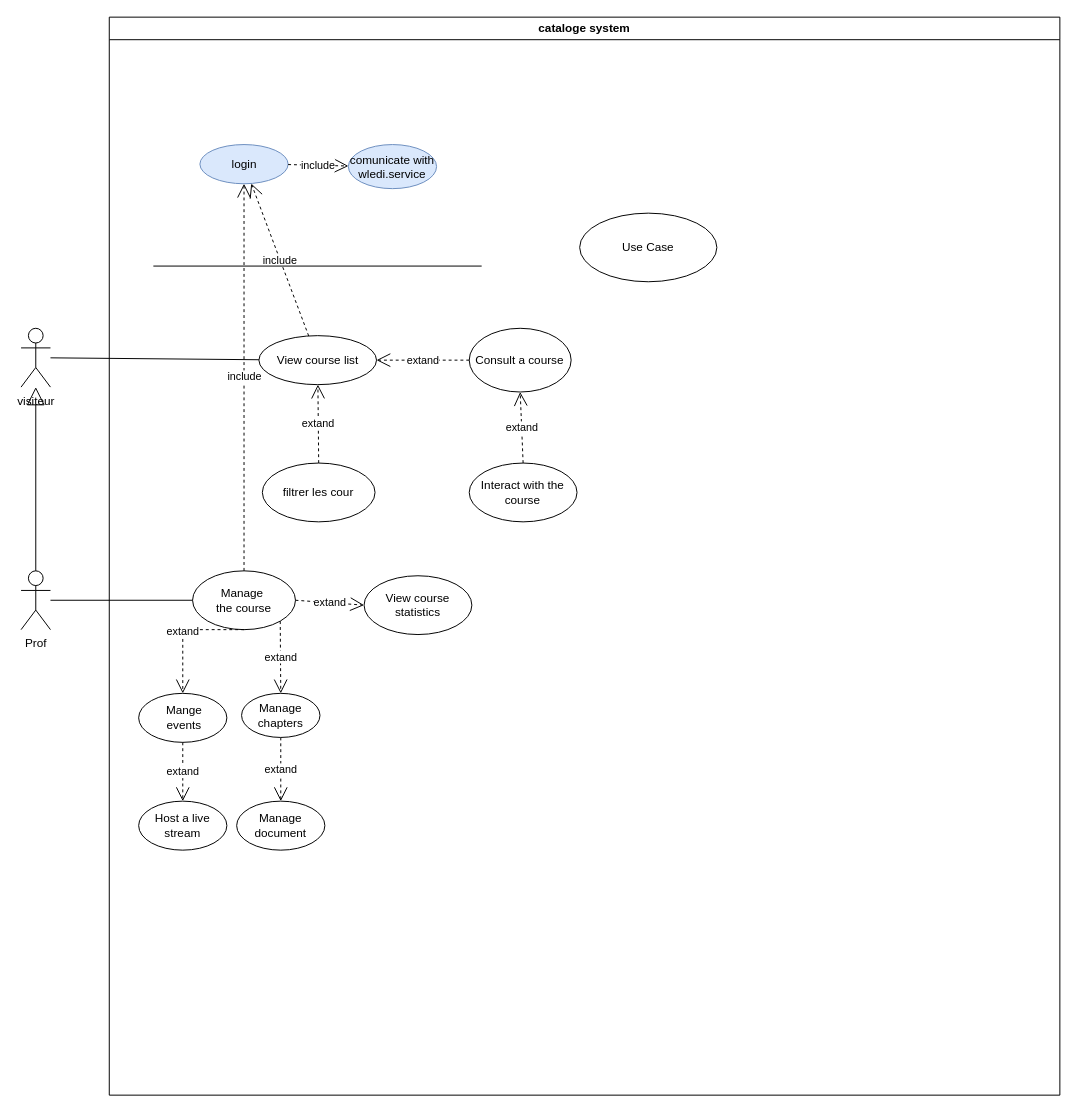
This is use_case_catalog.drawio from faresUnderScore999/test1.0, a draw.io file, before an edit. Source tidied: cells renumbered, new cells numbered last; positions are measured from the earlier drawing's top-left corner, leaving out a move shared by most shapes. Both pictures are drawn from the tidied source at 98%, with x=0, y=0 at pixel (21, 17).
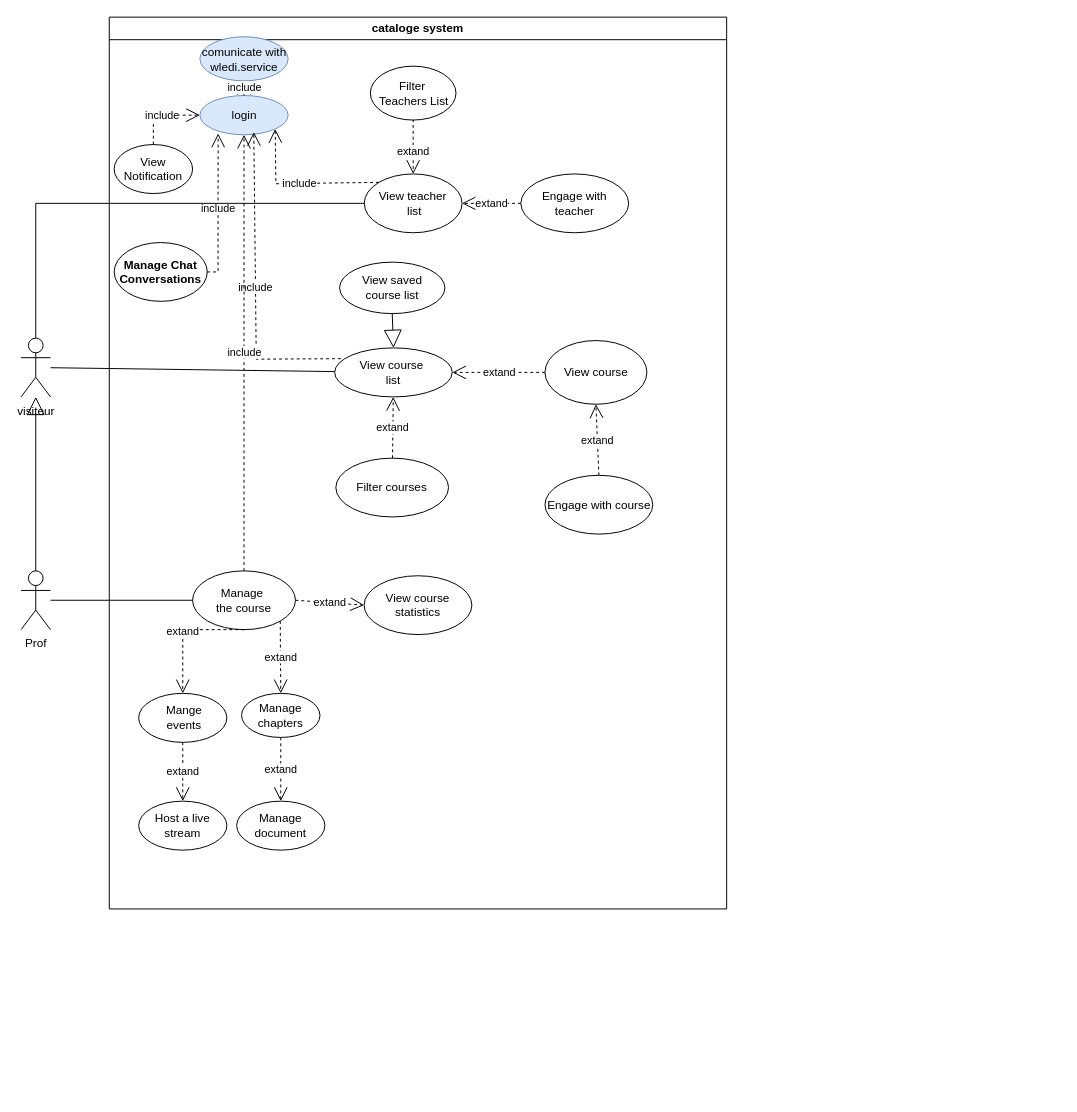
The same diagram, later.

Commit message (it also covers changes not shown here):
Mettre à jour use_case_catalog.drawio

What changed in the source:
```diff
@@
     <mxCell id="3" value="cataloge system" style="swimlane;whiteSpace=wrap;html=1;" parent="1" vertex="1">
-      <mxGeometry x="90" width="970" height="1100" as="geometry" />
+      <mxGeometry x="90" width="630" height="910" as="geometry" />
     </mxCell>
     <mxCell id="4" value="login" style="ellipse;whiteSpace=wrap;html=1;fillColor=#dae8fc;strokeColor=#6c8ebf;" parent="3" vertex="1">
-      <mxGeometry x="92.5" y="130" width="90" height="40" as="geometry" />
+      <mxGeometry x="92.5" y="80" width="90" height="40" as="geometry" />
     </mxCell>
     <mxCell id="5" value="comunicate with wledi.service" style="ellipse;whiteSpace=wrap;html=1;fillColor=#dae8fc;strokeColor=#6c8ebf;" parent="3" vertex="1">
-      <mxGeometry x="244" y="130" width="90" height="45" as="geometry" />
+      <mxGeometry x="92.5" y="20" width="90" height="45" as="geometry" />
     </mxCell>
@@
-    <mxCell id="7" value="View course list" style="ellipse;whiteSpace=wrap;html=1;" parent="3" vertex="1">
-      <mxGeometry x="152.7" y="325" width="120" height="50" as="geometry" />
+    <mxCell id="7" value="View course&amp;nbsp;&lt;div&gt;list&lt;/div&gt;" style="ellipse;whiteSpace=wrap;html=1;" parent="3" vertex="1">
+      <mxGeometry x="230" y="337.5" width="120" height="50" as="geometry" />
     </mxCell>
-    <mxCell id="8" value="include" style="endArrow=open;endSize=12;dashed=1;html=1;rounded=0;" parent="3" edge="1" source="7" target="4">
-      <mxGeometry relative="1" as="geometry" />
+    <mxCell id="8" value="include" style="endArrow=open;endSize=12;dashed=1;html=1;rounded=0;entryX=0.611;entryY=0.931;entryDx=0;entryDy=0;entryPerimeter=0;exitX=0.052;exitY=0.22;exitDx=0;exitDy=0;exitPerimeter=0;" parent="3" edge="1" source="7" target="4">
+      <mxGeometry relative="1" as="geometry">
+        <Array as="points">
+          <mxPoint x="150" y="349" />
+        </Array>
+      </mxGeometry>
     </mxCell>
-    <mxCell id="9" value="filtrer les cour" style="ellipse;whiteSpace=wrap;html=1;" parent="3" vertex="1">
-      <mxGeometry x="156.2" y="455" width="115" height="60" as="geometry" />
+    <mxCell id="9" value="Filter courses" style="ellipse;whiteSpace=wrap;html=1;" parent="3" vertex="1">
+      <mxGeometry x="231.2" y="450" width="115" height="60" as="geometry" />
     </mxCell>
@@
-    <mxCell id="19" value="Interact with the course" style="ellipse;whiteSpace=wrap;html=1;" parent="3" vertex="1">
-      <mxGeometry x="367.3" y="455" width="110" height="60" as="geometry" />
+    <mxCell id="19" value="Engage with course" style="ellipse;whiteSpace=wrap;html=1;" parent="3" vertex="1">
+      <mxGeometry x="444.6" y="467.5" width="110" height="60" as="geometry" />
     </mxCell>
@@
-    <mxCell id="22" value="Consult a course" style="ellipse;whiteSpace=wrap;html=1;" parent="3" vertex="1">
-      <mxGeometry x="367.3" y="317.5" width="104" height="65" as="geometry" />
+    <mxCell id="22" value="View course" style="ellipse;whiteSpace=wrap;html=1;" parent="3" vertex="1">
+      <mxGeometry x="444.6" y="330" width="104" height="65" as="geometry" />
     </mxCell>
@@
-    <mxCell id="27" value="Use Case" style="ellipse;whiteSpace=wrap;html=1;" parent="3" vertex="1">
-      <mxGeometry x="480" y="200" width="140" height="70" as="geometry" />
+    <mxCell id="27" value="View teacher&lt;div&gt;&amp;nbsp;list&lt;/div&gt;" style="ellipse;whiteSpace=wrap;html=1;" parent="3" vertex="1">
+      <mxGeometry x="260.2" y="160" width="99.8" height="60" as="geometry" />
     </mxCell>
-    <mxCell id="28" style="line;strokeWidth=1;fillColor=none;align=left;verticalAlign=middle;spacingTop=-1;spacingLeft=3;spacingRight=3;labelPosition=right;strokeColor=inherit;" parent="3" vertex="1">
-      <mxGeometry x="45" y="250" width="335" height="8" as="geometry" />
-    </mxCell>
+    <mxCell id="33" style="endArrow=open;endSize=12;dashed=1;html=1;rounded=0;entryX=0.5;entryY=0;entryDx=0;entryDy=0;exitX=0.5;exitY=0;exitDx=0;exitDy=0;" parent="3" edge="1" source="35" target="27">
+      <mxGeometry relative="1" as="geometry" />
+    </mxCell>
+    <mxCell id="34" value="extand" style="edgeLabel;html=1;align=center;verticalAlign=middle;" parent="33" vertex="1">
+      <mxGeometry x="0.57" y="-1" relative="1" as="geometry" />
+    </mxCell>
+    <mxCell id="35" value="Filter&lt;div&gt;&amp;nbsp;Teachers List&lt;/div&gt;" style="ellipse;whiteSpace=wrap;html=1;" parent="3" vertex="1">
+      <mxGeometry x="266.4" y="50" width="87.4" height="55" as="geometry" />
+    </mxCell>
+    <mxCell id="36" value="&lt;div&gt;Engage with teacher&lt;br&gt;&lt;/div&gt;" style="ellipse;whiteSpace=wrap;html=1;" parent="3" vertex="1">
+      <mxGeometry x="420" y="160" width="110" height="60" as="geometry" />
+    </mxCell>
+    <mxCell id="37" value="extand" style="endArrow=open;endSize=12;dashed=1;html=1;rounded=0;exitX=0;exitY=0.5;exitDx=0;exitDy=0;entryX=1;entryY=0.5;entryDx=0;entryDy=0;" parent="3" edge="1" source="36" target="27">
+      <mxGeometry relative="1" as="geometry" />
+    </mxCell>
+    <mxCell id="38" value="include" style="endArrow=open;endSize=12;dashed=1;html=1;rounded=0;exitX=0;exitY=0;exitDx=0;exitDy=0;entryX=1;entryY=1;entryDx=0;entryDy=0;" parent="3" edge="1" source="27" target="4">
+      <mxGeometry relative="1" as="geometry">
+        <Array as="points">
+          <mxPoint x="170" y="170" />
+        </Array>
+      </mxGeometry>
+    </mxCell>
+    <mxCell id="39" value="View saved&lt;div&gt;course list&lt;/div&gt;" style="ellipse;whiteSpace=wrap;html=1;" parent="3" vertex="1">
+      <mxGeometry x="235" y="250" width="107.5" height="52.5" as="geometry" />
+    </mxCell>
+    <mxCell id="40" style="endArrow=block;endSize=16;endFill=0;html=1;rounded=0;exitX=0.5;exitY=1;exitDx=0;exitDy=0;entryX=0.5;entryY=0;entryDx=0;entryDy=0;" parent="3" edge="1" source="39" target="7">
+      <mxGeometry relative="1" as="geometry" />
+    </mxCell>
+    <mxCell id="41" value="View Notification" style="ellipse;whiteSpace=wrap;html=1;" parent="3" vertex="1">
+      <mxGeometry x="5" y="130" width="80" height="50" as="geometry" />
+    </mxCell>
+    <mxCell id="42" value="&lt;p&gt;&lt;strong&gt;Manage Chat Conversations&lt;/strong&gt;&lt;/p&gt;&lt;p&gt;&lt;/p&gt;" style="ellipse;whiteSpace=wrap;html=1;" parent="3" vertex="1">
+      <mxGeometry x="5" y="230" width="95" height="60" as="geometry" />
+    </mxCell>
+    <mxCell id="43" value="include" style="endArrow=open;endSize=12;dashed=1;html=1;rounded=0;exitX=0.5;exitY=0;exitDx=0;exitDy=0;entryX=0;entryY=0.5;entryDx=0;entryDy=0;" parent="3" edge="1" source="41" target="4">
+      <mxGeometry relative="1" as="geometry">
+        <Array as="points">
+          <mxPoint x="45" y="100" />
+        </Array>
+      </mxGeometry>
+    </mxCell>
+    <mxCell id="44" value="include" style="endArrow=open;endSize=12;dashed=1;html=1;rounded=0;exitX=1;exitY=0.5;exitDx=0;exitDy=0;entryX=0.207;entryY=0.967;entryDx=0;entryDy=0;entryPerimeter=0;" parent="3" edge="1" source="42" target="4">
+      <mxGeometry relative="1" as="geometry">
+        <Array as="points">
+          <mxPoint x="111" y="260" />
+          <mxPoint x="111" y="190" />
+        </Array>
+      </mxGeometry>
+    </mxCell>
@@
     <mxCell id="30" value="visiteur" style="shape=umlActor;verticalLabelPosition=bottom;verticalAlign=top;html=1;" parent="1" vertex="1">
-      <mxGeometry y="317.5" width="30" height="60" as="geometry" />
+      <mxGeometry y="327.5" width="30" height="60" as="geometry" />
     </mxCell>
@@
+    <mxCell id="45" style="endArrow=none;html=1;rounded=0;entryX=0;entryY=0.5;entryDx=0;entryDy=0;exitX=0.5;exitY=0;exitDx=0;exitDy=0;exitPerimeter=0;" parent="1" edge="1" source="30" target="27">
+      <mxGeometry relative="1" as="geometry">
+        <Array as="points">
+          <mxPoint x="15" y="190" />
+        </Array>
+      </mxGeometry>
+    </mxCell>
```
